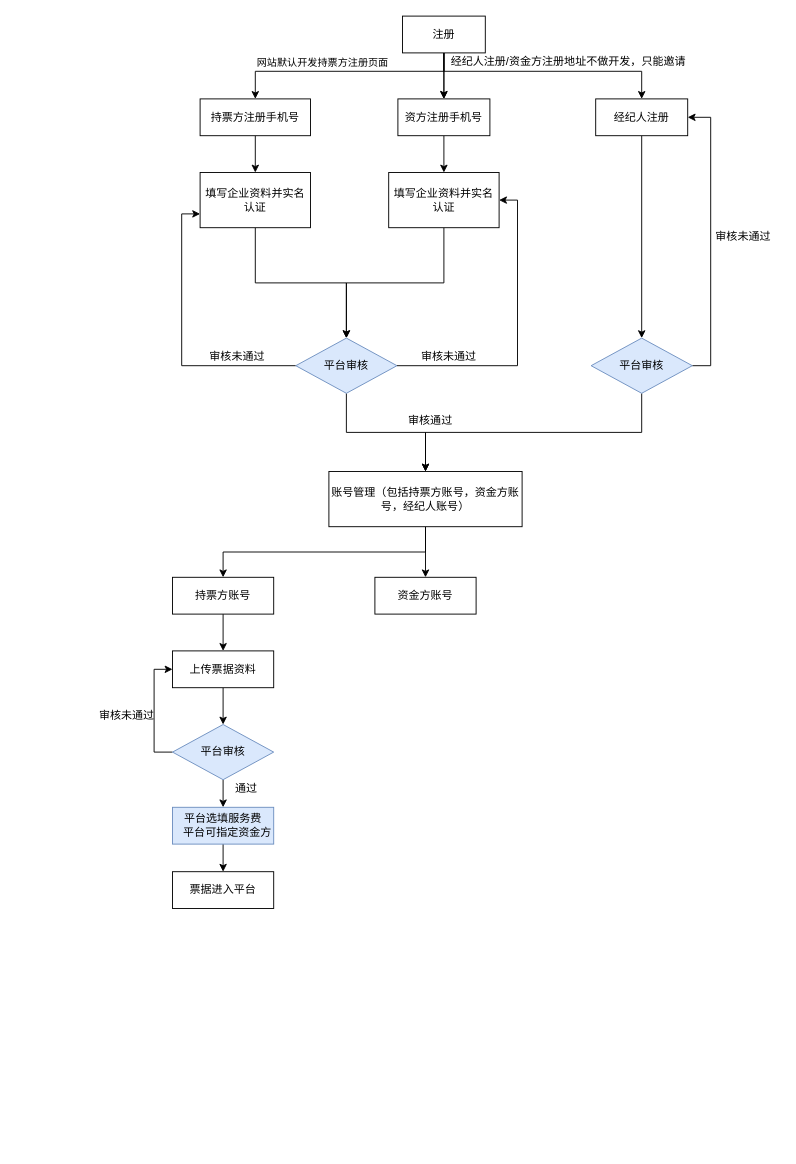
Earlier version of the draw.io diagram .github/Untitled Diagram.drawio (BringChen/bootstrap-fileinput). Source tidied: cells renumbered, new cells numbered last; positions are measured from the earlier drawing's top-left corner, leaving out a move shared by most shapes. Both pictures are drawn from the tidied source at 92%, with x=0, y=0 at pixel (89, 16).
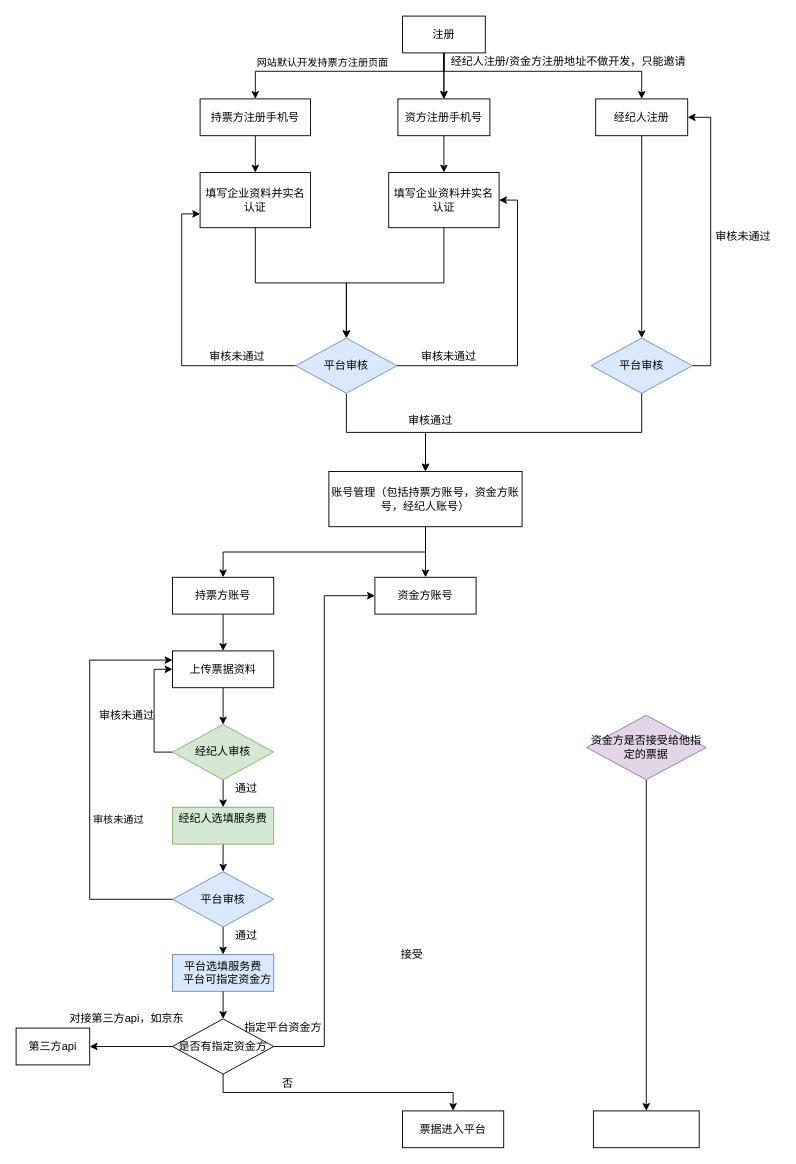
The same page after the edit.

Unchanged cells that the change refers to:
```xml
<mxCell id="35" value="资金方账号" style="rounded=0;whiteSpace=wrap;html=1;" parent="1" vertex="1">
  <mxGeometry x="310" y="610" width="110" height="40" as="geometry" />
</mxCell>
<mxCell id="37" value="上传票据资料" style="rounded=0;whiteSpace=wrap;html=1;" parent="1" vertex="1">
  <mxGeometry x="90" y="690" width="110" height="40" as="geometry" />
</mxCell>
```

Diff of the diagram source:
```diff
@@
-    <mxCell id="39" style="edgeStyle=orthogonalEdgeStyle;rounded=0;jettySize=auto;html=1;exitX=0.5;exitY=1;exitDx=0;exitDy=0;entryX=0.5;entryY=0;entryDx=0;entryDy=0;" parent="1" edge="1" source="40" target="43">
-      <mxGeometry relative="1" as="geometry" />
-    </mxCell>
+    <mxCell id="46" style="edgeStyle=orthogonalEdgeStyle;rounded=0;jettySize=auto;html=1;exitX=0.5;exitY=1;exitDx=0;exitDy=0;" parent="1" edge="1" source="40">
+      <mxGeometry relative="1" as="geometry">
+        <mxPoint x="145" y="860" as="targetPoint" />
+      </mxGeometry>
+    </mxCell>
-    <mxCell id="40" value="平台审核" style="rhombus;whiteSpace=wrap;html=1;fillColor=#dae8fc;strokeColor=#6c8ebf;" parent="1" vertex="1">
+    <mxCell id="40" value="经纪人审核" style="rhombus;whiteSpace=wrap;html=1;fillColor=#d5e8d4;strokeColor=#82b366;" parent="1" vertex="1">
       <mxGeometry x="90" y="770" width="110" height="60" as="geometry" />
     </mxCell>
@@
-    <mxCell id="42" style="edgeStyle=orthogonalEdgeStyle;rounded=0;jettySize=auto;html=1;exitX=0.5;exitY=1;exitDx=0;exitDy=0;entryX=0.5;entryY=0;entryDx=0;entryDy=0;" parent="1" edge="1" source="43" target="45">
-      <mxGeometry relative="1" as="geometry" />
-    </mxCell>
     <mxCell id="43" value="平台选填服务费&lt;br&gt;&amp;nbsp; &amp;nbsp;平台可指定资金方" style="rounded=0;whiteSpace=wrap;html=1;fillColor=#dae8fc;strokeColor=#6c8ebf;" parent="1" vertex="1">
-      <mxGeometry x="90" y="860" width="110" height="40" as="geometry" />
+      <mxGeometry x="90" y="1020" width="110" height="40" as="geometry" />
     </mxCell>
@@
     <mxCell id="45" value="票据进入平台" style="rounded=0;whiteSpace=wrap;html=1;" parent="1" vertex="1">
-      <mxGeometry x="90" y="930" width="110" height="40" as="geometry" />
+      <mxGeometry x="340" y="1190" width="110" height="40" as="geometry" />
     </mxCell>
+    <mxCell id="47" style="edgeStyle=orthogonalEdgeStyle;rounded=0;jettySize=auto;html=1;exitX=0.5;exitY=1;exitDx=0;exitDy=0;entryX=0.5;entryY=0;entryDx=0;entryDy=0;" parent="1" edge="1" source="48" target="43">
+      <mxGeometry relative="1" as="geometry" />
+    </mxCell>
+    <mxCell id="48" value="平台审核" style="rhombus;whiteSpace=wrap;html=1;fillColor=#dae8fc;strokeColor=#6c8ebf;" parent="1" vertex="1">
+      <mxGeometry x="90" y="930" width="110" height="60" as="geometry" />
+    </mxCell>
+    <mxCell id="49" value="通过" style="text;html=1;align=center;verticalAlign=middle;" parent="1" vertex="1">
+      <mxGeometry x="150" y="990" width="40" height="20" as="geometry" />
+    </mxCell>
+    <mxCell id="50" style="endArrow=none;html=1;" parent="1" edge="1">
+      <mxGeometry relative="1" as="geometry">
+        <mxPoint y="960" as="sourcePoint" />
+        <mxPoint x="90" y="960" as="targetPoint" />
+      </mxGeometry>
+    </mxCell>
+    <mxCell id="51" style="endArrow=none;html=1;" parent="1" edge="1">
+      <mxGeometry relative="1" as="geometry">
+        <mxPoint y="960" as="sourcePoint" />
+        <mxPoint y="700" as="targetPoint" />
+      </mxGeometry>
+    </mxCell>
+    <mxCell id="52" value="审核未通过" style="edgeLabel;html=1;align=center;verticalAlign=middle;" parent="51" vertex="1">
+      <mxGeometry x="-0.34" y="-2" relative="1" as="geometry">
+        <mxPoint x="28" y="-1" as="offset" />
+      </mxGeometry>
+    </mxCell>
+    <mxCell id="53" style="endArrow=classic;html=1;entryX=0;entryY=0.25;entryDx=0;entryDy=0;" parent="1" edge="1" target="37">
+      <mxGeometry relative="1" as="geometry">
+        <mxPoint y="700" as="sourcePoint" />
+      </mxGeometry>
+    </mxCell>
+    <mxCell id="54" style="edgeStyle=orthogonalEdgeStyle;rounded=0;jettySize=auto;html=1;exitX=0.5;exitY=1;exitDx=0;exitDy=0;entryX=0.5;entryY=0;entryDx=0;entryDy=0;" parent="1" edge="1" source="55" target="48">
+      <mxGeometry relative="1" as="geometry" />
+    </mxCell>
+    <mxCell id="55" value="经纪人选填服务费&lt;br&gt;&amp;nbsp; &amp;nbsp;" style="rounded=0;whiteSpace=wrap;html=1;fillColor=#d5e8d4;strokeColor=#82b366;" parent="1" vertex="1">
+      <mxGeometry x="90" y="860" width="110" height="40" as="geometry" />
+    </mxCell>
+    <mxCell id="56" style="edgeStyle=orthogonalEdgeStyle;rounded=0;jettySize=auto;html=1;exitX=0.5;exitY=1;exitDx=0;exitDy=0;entryX=0.5;entryY=0;entryDx=0;entryDy=0;" parent="1" edge="1" source="59" target="45">
+      <mxGeometry relative="1" as="geometry" />
+    </mxCell>
+    <mxCell id="57" style="edgeStyle=orthogonalEdgeStyle;rounded=0;jettySize=auto;html=1;exitX=1;exitY=0.5;exitDx=0;exitDy=0;entryX=0;entryY=0.5;entryDx=0;entryDy=0;" parent="1" edge="1" source="59" target="35">
+      <mxGeometry relative="1" as="geometry" />
+    </mxCell>
+    <mxCell id="58" style="edgeStyle=orthogonalEdgeStyle;rounded=0;jettySize=auto;html=1;exitX=0;exitY=0.5;exitDx=0;exitDy=0;" parent="1" edge="1" source="59">
+      <mxGeometry relative="1" as="geometry">
+        <mxPoint y="1120" as="targetPoint" />
+      </mxGeometry>
+    </mxCell>
+    <mxCell id="59" value="是否有指定资金方" style="rhombus;whiteSpace=wrap;html=1;" parent="1" vertex="1">
+      <mxGeometry x="90" y="1090" width="110" height="60" as="geometry" />
+    </mxCell>
+    <mxCell id="60" style="edgeStyle=orthogonalEdgeStyle;rounded=0;jettySize=auto;html=1;exitX=0.5;exitY=1;exitDx=0;exitDy=0;entryX=0.5;entryY=0;entryDx=0;entryDy=0;" parent="1" edge="1" source="43" target="59">
+      <mxGeometry relative="1" as="geometry" />
+    </mxCell>
+    <mxCell id="61" value="指定平台资金方" style="text;html=1;align=center;verticalAlign=middle;" parent="1" vertex="1">
+      <mxGeometry x="160" y="1090" width="100" height="20" as="geometry" />
+    </mxCell>
+    <mxCell id="62" value="否" style="text;html=1;align=center;verticalAlign=middle;" parent="1" vertex="1">
+      <mxGeometry x="200" y="1150" width="30" height="20" as="geometry" />
+    </mxCell>
+    <mxCell id="63" style="edgeStyle=orthogonalEdgeStyle;rounded=0;jettySize=auto;html=1;exitX=0.5;exitY=1;exitDx=0;exitDy=0;entryX=0.5;entryY=0;entryDx=0;entryDy=0;" parent="1" edge="1" source="64" target="65">
+      <mxGeometry relative="1" as="geometry" />
+    </mxCell>
+    <mxCell id="64" value="资金方是否接受给他指定的票据" style="rhombus;whiteSpace=wrap;html=1;fillColor=#e1d5e7;strokeColor=#9673a6;" parent="1" vertex="1">
+      <mxGeometry x="540" y="760" width="130" height="70" as="geometry" />
+    </mxCell>
+    <mxCell id="65" style="rounded=0;whiteSpace=wrap;html=1;" parent="1" vertex="1">
+      <mxGeometry x="547.5" y="1190" width="115" height="40" as="geometry" />
+    </mxCell>
+    <mxCell id="66" value="对接第三方api，如京东" style="text;html=1;align=center;verticalAlign=middle;" parent="1" vertex="1">
+      <mxGeometry x="-30" y="1080" width="140" height="20" as="geometry" />
+    </mxCell>
+    <mxCell id="67" value="第三方api" style="rounded=0;whiteSpace=wrap;html=1;" parent="1" vertex="1">
+      <mxGeometry x="-80" y="1100" width="80" height="40" as="geometry" />
+    </mxCell>
+    <mxCell id="68" value="接受" style="text;html=1;align=center;verticalAlign=middle;" parent="1" vertex="1">
+      <mxGeometry x="330" y="1010" width="40" height="20" as="geometry" />
+    </mxCell>
```
